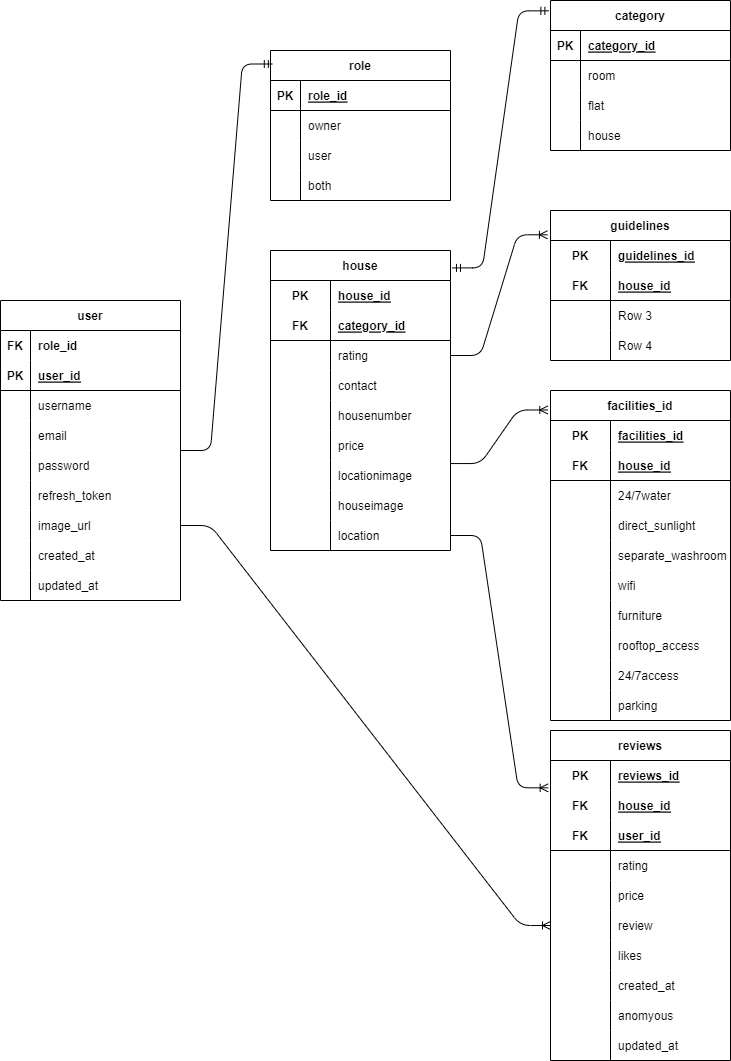
Above: datamodeling.png in romanpoudel/resi-review (draw.io), before the change. Source tidied: cells renumbered, new cells last; positions are measured from the earlier drawing's top-left corner, leaving out a move shared by most shapes.
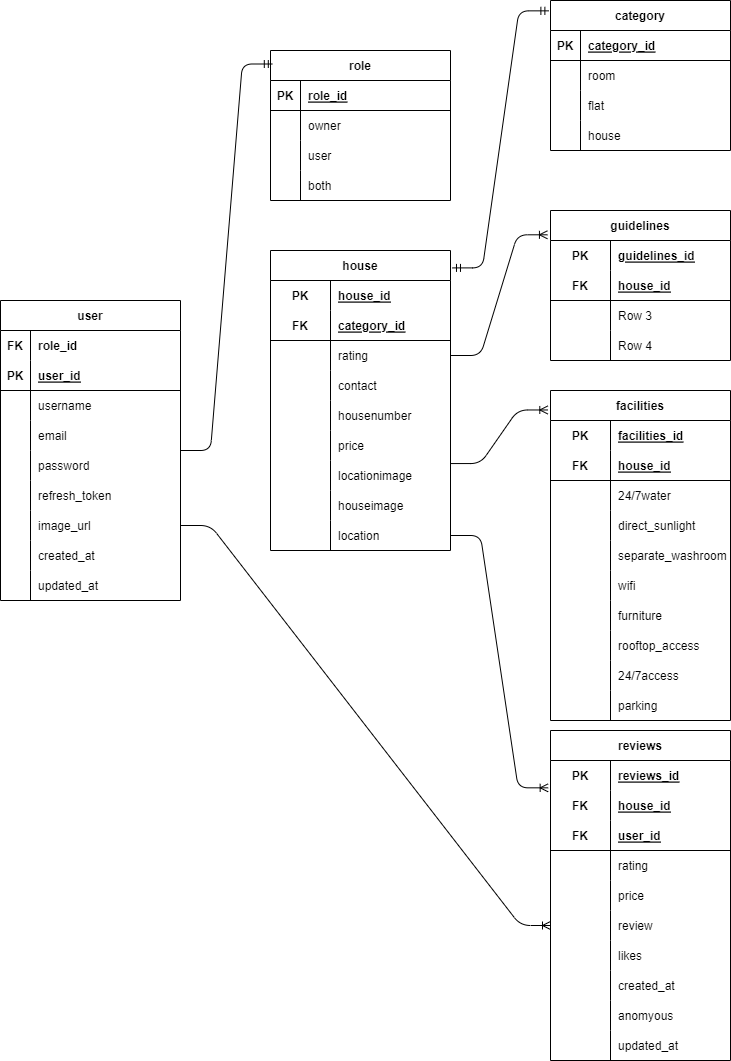
Later version of the same file.

Diff of the diagram source:
```diff
@@ -400,7 +400,7 @@
     <mxCell id="133" value="Row 4" style="shape=partialRectangle;fillColor=none;top=0;left=0;bottom=0;right=0;align=left;spacingLeft=6;overflow=hidden;" parent="131" vertex="1">
       <mxGeometry x="60" width="120" height="30" as="geometry" />
     </mxCell>
-    <mxCell id="134" value="facilities_id" style="shape=table;startSize=30;rowLines=0;fontStyle=1;align=center;" parent="1" vertex="1">
+    <mxCell id="134" value="facilities" style="shape=table;startSize=30;rowLines=0;fontStyle=1;align=center;" parent="1" vertex="1">
       <mxGeometry x="550" y="390" width="180" height="330" as="geometry" />
     </mxCell>
     <mxCell id="135" style="shape=tableRow;horizontal=0;startSize=0;swimlaneHead=0;swimlaneBody=0;fillColor=none;top=0;left=0;right=0;bottom=0;" parent="134" vertex="1">
```
